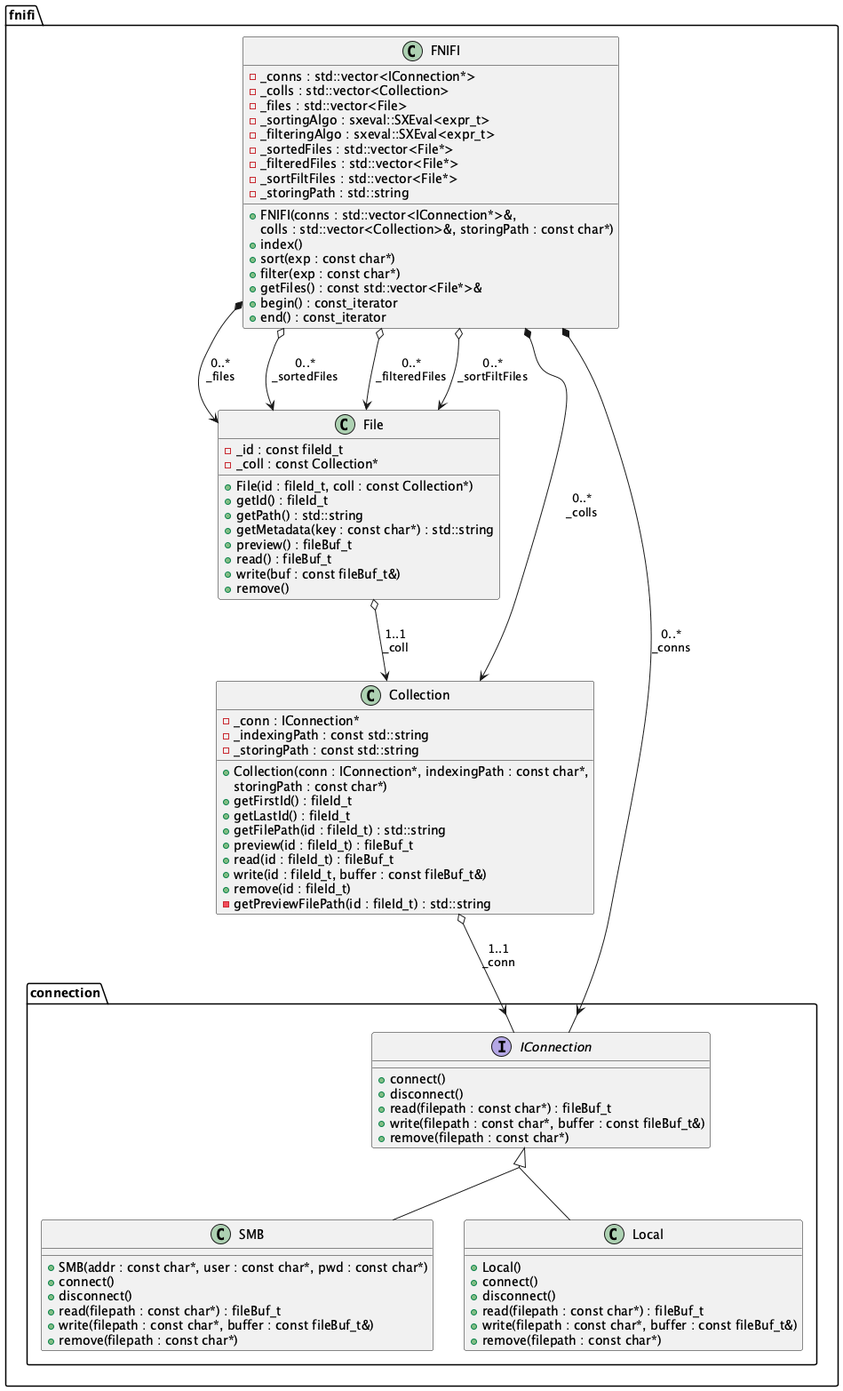
Above: resources/architecture.png in abadiet/FNIFI (PlantUML), before the change.
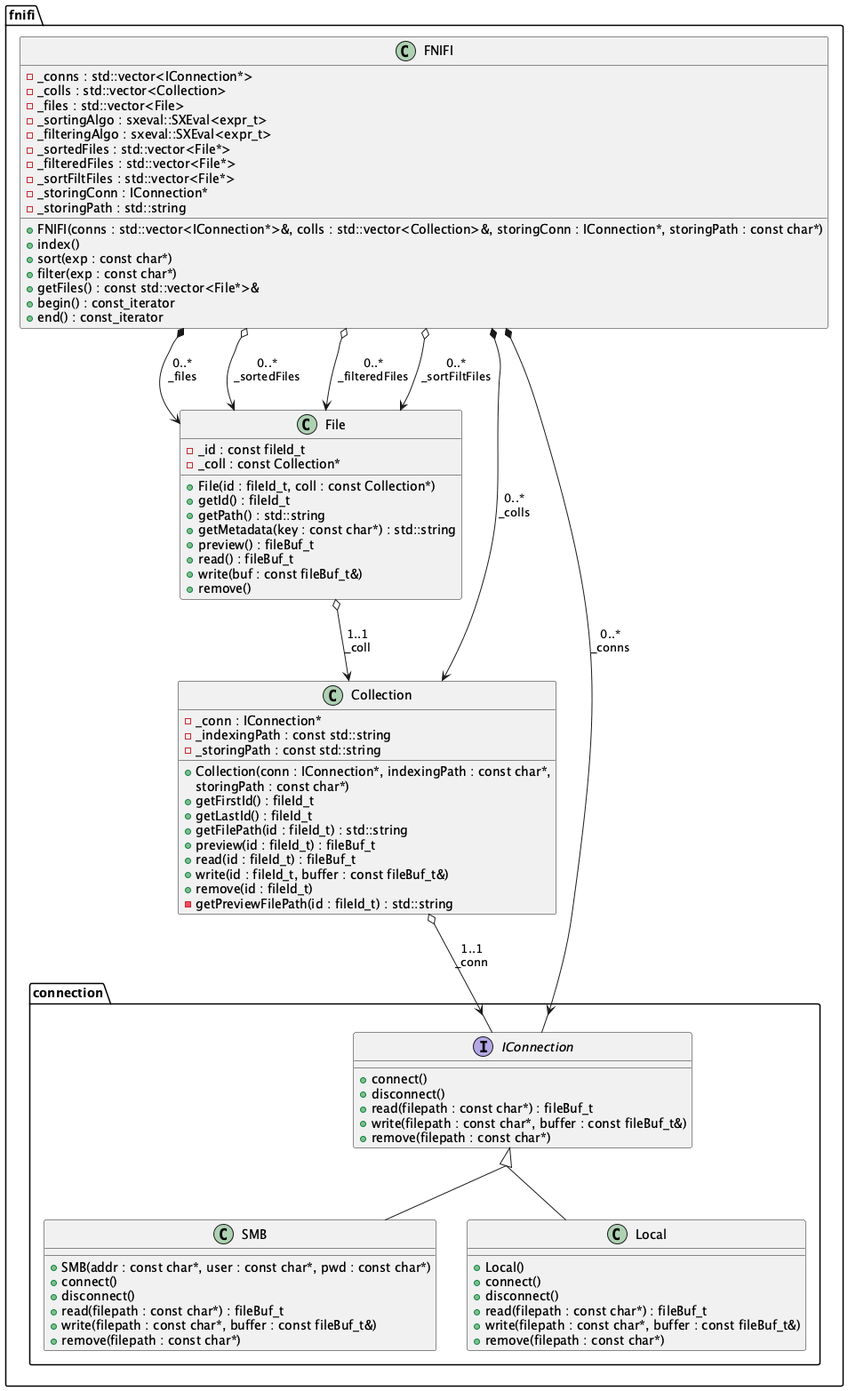
The same file after the commit.

What changed in the source:
```diff
@@ -12,9 +12,9 @@
         -_sortedFiles : std::vector<File*>
         -_filteredFiles : std::vector<File*>
         -_sortFiltFiles : std::vector<File*>
+        -_storingConn : IConnection*
         -_storingPath : std::string
-        +FNIFI(conns : std::vector<IConnection*>&,
-        colls : std::vector<Collection>&, storingPath : const char*)
+        +FNIFI(conns : std::vector<IConnection*>&, colls : std::vector<Collection>&, storingConn : IConnection*, storingPath : const char*)
         +index()
         +sort(exp : const char*)
         +filter(exp : const char*)
```
